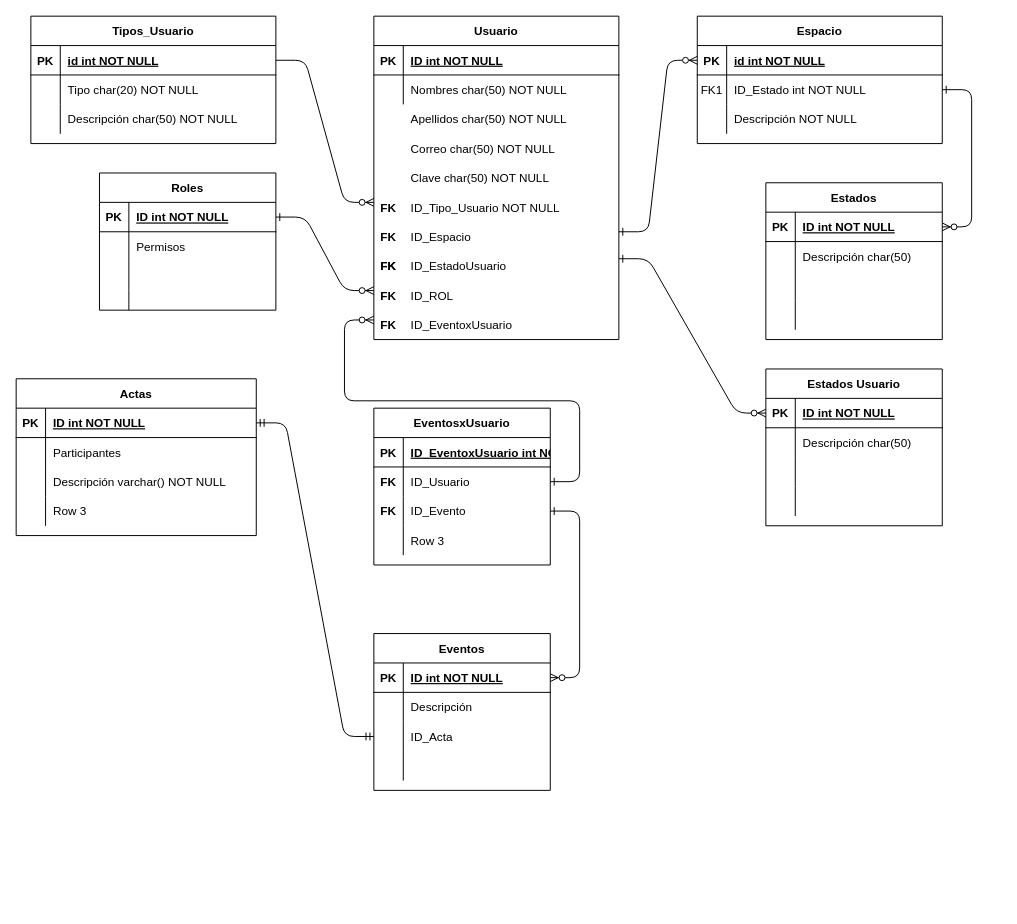
Earlier version of the draw.io diagram Modelo Entidad-Relación.drawio (mnivia/Administracion-unidades-cerradas). Source tidied: cells renumbered, new cells numbered last; positions are measured from the earlier drawing's top-left corner, leaving out a move shared by most shapes. Both pictures are drawn from the tidied source at 98%, with x=0, y=0 at pixel (16, 16).
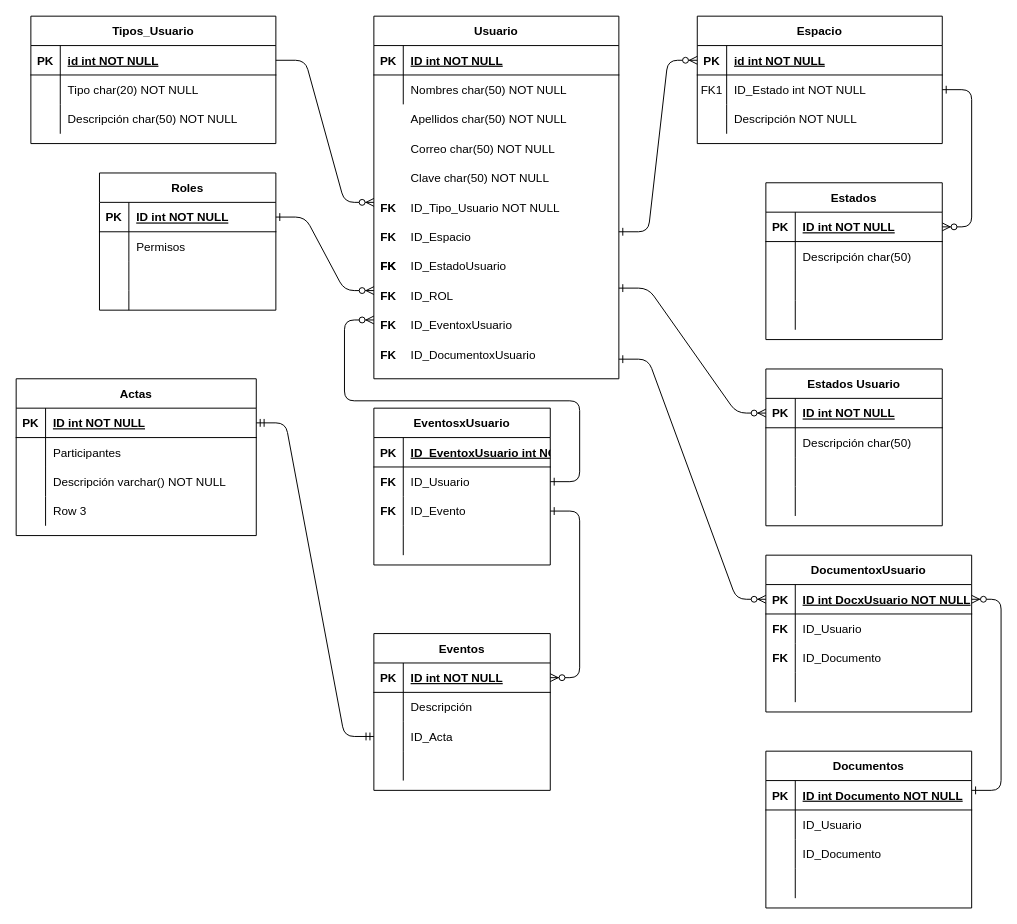
The same page after the edit.

The change refers to these unchanged cells:
```xml
<mxCell id="123" style="shape=partialRectangle;fillColor=none;top=0;left=0;bottom=0;right=0;" parent="113" vertex="1">
  <mxGeometry y="120" width="180" height="30" as="geometry" />
</mxCell>
```

Change to the diagram source:
```diff
@@
     <mxCell id="23" value="Usuario" style="shape=table;startSize=30;childLayout=tableLayout;rowLines=0;fontStyle=1;align=center;" parent="1" vertex="1">
-      <mxGeometry x="365" width="250" height="330" as="geometry" />
+      <mxGeometry x="365" width="250" height="370" as="geometry" />
     </mxCell>
@@
-    <mxCell id="125" value="Row 3" style="shape=partialRectangle;fillColor=none;top=0;left=0;bottom=0;right=0;align=left;spacingLeft=6;overflow=hidden;" parent="123" vertex="1">
+    <mxCell id="125" style="shape=partialRectangle;fillColor=none;top=0;left=0;bottom=0;right=0;align=left;spacingLeft=6;overflow=hidden;" parent="123" vertex="1">
       <mxGeometry x="30" width="150" height="30" as="geometry" />
     </mxCell>
@@
+    <mxCell id="131" value="ID_DocumentoxUsuario" style="shape=partialRectangle;overflow=hidden;fillColor=none;top=0;left=0;bottom=0;right=0;align=left;spacingLeft=6;" parent="1" vertex="1">
+      <mxGeometry x="395" y="330" width="220" height="30" as="geometry" />
+    </mxCell>
+    <mxCell id="132" value="FK" style="shape=partialRectangle;overflow=hidden;fillColor=none;top=0;left=0;bottom=0;right=0;fontStyle=1;" parent="1" vertex="1">
+      <mxGeometry x="365" y="330" width="30" height="30" as="geometry" />
+    </mxCell>
+    <mxCell id="133" value="DocumentoxUsuario" style="shape=table;startSize=30;childLayout=tableLayout;rowLines=0;fontStyle=1;align=center;" parent="1" vertex="1">
+      <mxGeometry x="765" y="550" width="210" height="160" as="geometry" />
+    </mxCell>
+    <mxCell id="134" style="shape=partialRectangle;fillColor=none;top=0;left=0;bottom=1;right=0;points=[[0,0.5],[1,0.5]];portConstraint=eastwest;" parent="133" vertex="1">
+      <mxGeometry y="30" width="210" height="30" as="geometry" />
+    </mxCell>
+    <mxCell id="135" value="PK" style="shape=partialRectangle;fillColor=none;top=0;left=0;bottom=0;right=0;fontStyle=1;overflow=hidden;" parent="134" vertex="1">
+      <mxGeometry width="30" height="30" as="geometry" />
+    </mxCell>
+    <mxCell id="136" value="ID int DocxUsuario NOT NULL" style="shape=partialRectangle;fillColor=none;top=0;left=0;bottom=0;right=0;align=left;spacingLeft=6;fontStyle=5;overflow=hidden;" parent="134" vertex="1">
+      <mxGeometry x="30" width="180" height="30" as="geometry" />
+    </mxCell>
+    <mxCell id="137" style="shape=partialRectangle;fillColor=none;top=0;left=0;bottom=0;right=0;" parent="133" vertex="1">
+      <mxGeometry y="60" width="210" height="30" as="geometry" />
+    </mxCell>
+    <mxCell id="138" style="shape=partialRectangle;fillColor=none;top=0;left=0;bottom=0;right=0;overflow=hidden;" parent="137" vertex="1">
+      <mxGeometry width="30" height="30" as="geometry" />
+    </mxCell>
+    <mxCell id="139" value="ID_Usuario" style="shape=partialRectangle;fillColor=none;top=0;left=0;bottom=0;right=0;align=left;spacingLeft=6;overflow=hidden;" parent="137" vertex="1">
+      <mxGeometry x="30" width="180" height="30" as="geometry" />
+    </mxCell>
+    <mxCell id="140" style="shape=partialRectangle;fillColor=none;top=0;left=0;bottom=0;right=0;" parent="133" vertex="1">
+      <mxGeometry y="90" width="210" height="30" as="geometry" />
+    </mxCell>
+    <mxCell id="141" style="shape=partialRectangle;fillColor=none;top=0;left=0;bottom=0;right=0;overflow=hidden;" parent="140" vertex="1">
+      <mxGeometry width="30" height="30" as="geometry" />
+    </mxCell>
+    <mxCell id="142" value="ID_Documento" style="shape=partialRectangle;fillColor=none;top=0;left=0;bottom=0;right=0;align=left;spacingLeft=6;overflow=hidden;" parent="140" vertex="1">
+      <mxGeometry x="30" width="180" height="30" as="geometry" />
+    </mxCell>
+    <mxCell id="143" style="shape=partialRectangle;fillColor=none;top=0;left=0;bottom=0;right=0;" parent="133" vertex="1">
+      <mxGeometry y="120" width="210" height="30" as="geometry" />
+    </mxCell>
+    <mxCell id="144" style="shape=partialRectangle;fillColor=none;top=0;left=0;bottom=0;right=0;overflow=hidden;" parent="143" vertex="1">
+      <mxGeometry width="30" height="30" as="geometry" />
+    </mxCell>
+    <mxCell id="145" style="shape=partialRectangle;fillColor=none;top=0;left=0;bottom=0;right=0;align=left;spacingLeft=6;overflow=hidden;" parent="143" vertex="1">
+      <mxGeometry x="30" width="180" height="30" as="geometry" />
+    </mxCell>
+    <mxCell id="146" style="edgeStyle=entityRelationEdgeStyle;endArrow=ERzeroToMany;startArrow=ERone;endFill=1;startFill=0;entryX=0;entryY=0.5;entryDx=0;entryDy=0;" parent="1" edge="1" target="134">
+      <mxGeometry relative="1" as="geometry">
+        <mxPoint x="615" y="350" as="sourcePoint" />
+      </mxGeometry>
+    </mxCell>
+    <mxCell id="147" value="Documentos" style="shape=table;startSize=30;childLayout=tableLayout;rowLines=0;fontStyle=1;align=center;" parent="1" vertex="1">
+      <mxGeometry x="765" y="750" width="210" height="160" as="geometry" />
+    </mxCell>
+    <mxCell id="148" style="shape=partialRectangle;fillColor=none;top=0;left=0;bottom=1;right=0;" parent="147" vertex="1">
+      <mxGeometry y="30" width="210" height="30" as="geometry" />
+    </mxCell>
+    <mxCell id="149" value="PK" style="shape=partialRectangle;fillColor=none;top=0;left=0;bottom=0;right=0;fontStyle=1;overflow=hidden;" parent="148" vertex="1">
+      <mxGeometry width="30" height="30" as="geometry" />
+    </mxCell>
+    <mxCell id="150" value="ID int Documento NOT NULL" style="shape=partialRectangle;fillColor=none;top=0;left=0;bottom=0;right=0;align=left;spacingLeft=6;fontStyle=5;overflow=hidden;" parent="148" vertex="1">
+      <mxGeometry x="30" width="180" height="30" as="geometry" />
+    </mxCell>
+    <mxCell id="151" style="shape=partialRectangle;fillColor=none;top=0;left=0;bottom=0;right=0;" parent="147" vertex="1">
+      <mxGeometry y="60" width="210" height="30" as="geometry" />
+    </mxCell>
+    <mxCell id="152" style="shape=partialRectangle;fillColor=none;top=0;left=0;bottom=0;right=0;overflow=hidden;" parent="151" vertex="1">
+      <mxGeometry width="30" height="30" as="geometry" />
+    </mxCell>
+    <mxCell id="153" value="ID_Usuario" style="shape=partialRectangle;fillColor=none;top=0;left=0;bottom=0;right=0;align=left;spacingLeft=6;overflow=hidden;" parent="151" vertex="1">
+      <mxGeometry x="30" width="180" height="30" as="geometry" />
+    </mxCell>
+    <mxCell id="154" style="shape=partialRectangle;fillColor=none;top=0;left=0;bottom=0;right=0;" parent="147" vertex="1">
+      <mxGeometry y="90" width="210" height="30" as="geometry" />
+    </mxCell>
+    <mxCell id="155" style="shape=partialRectangle;fillColor=none;top=0;left=0;bottom=0;right=0;overflow=hidden;" parent="154" vertex="1">
+      <mxGeometry width="30" height="30" as="geometry" />
+    </mxCell>
+    <mxCell id="156" value="ID_Documento" style="shape=partialRectangle;fillColor=none;top=0;left=0;bottom=0;right=0;align=left;spacingLeft=6;overflow=hidden;" parent="154" vertex="1">
+      <mxGeometry x="30" width="180" height="30" as="geometry" />
+    </mxCell>
+    <mxCell id="157" style="shape=partialRectangle;fillColor=none;top=0;left=0;bottom=0;right=0;" parent="147" vertex="1">
+      <mxGeometry y="120" width="210" height="30" as="geometry" />
+    </mxCell>
+    <mxCell id="158" style="shape=partialRectangle;fillColor=none;top=0;left=0;bottom=0;right=0;overflow=hidden;" parent="157" vertex="1">
+      <mxGeometry width="30" height="30" as="geometry" />
+    </mxCell>
+    <mxCell id="159" style="shape=partialRectangle;fillColor=none;top=0;left=0;bottom=0;right=0;align=left;spacingLeft=6;overflow=hidden;" parent="157" vertex="1">
+      <mxGeometry x="30" width="180" height="30" as="geometry" />
+    </mxCell>
+    <mxCell id="160" value="FK" style="shape=partialRectangle;fillColor=none;top=0;left=0;bottom=0;right=0;fontStyle=1;overflow=hidden;" parent="1" vertex="1">
+      <mxGeometry x="765" y="610" width="30" height="30" as="geometry" />
+    </mxCell>
+    <mxCell id="161" value="FK" style="shape=partialRectangle;fillColor=none;top=0;left=0;bottom=0;right=0;fontStyle=1;overflow=hidden;" parent="1" vertex="1">
+      <mxGeometry x="765" y="640" width="30" height="30" as="geometry" />
+    </mxCell>
+    <mxCell id="162" style="edgeStyle=entityRelationEdgeStyle;endArrow=ERzeroToMany;startArrow=ERone;endFill=1;startFill=0;exitX=1;exitY=0.25;exitDx=0;exitDy=0;" parent="1" edge="1" source="147" target="134">
+      <mxGeometry relative="1" as="geometry" />
+    </mxCell>
```
